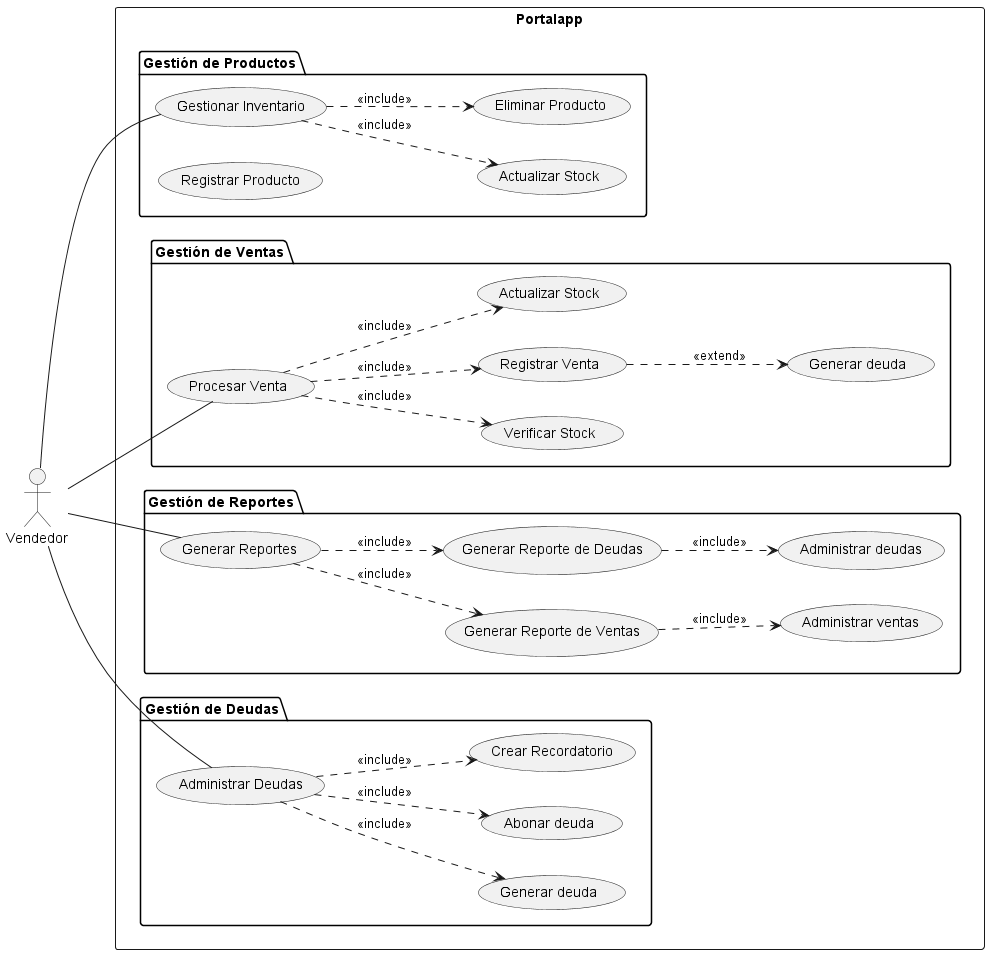
Earlier version of the PlantUML export out/.docs/use-cases/use_cases/Casos de uso.png (OverCV/Portalapp). Its diagram source:
```plantuml
@startuml Casos de uso
left to right direction
actor Vendedor

rectangle "Portalapp" {

  package "Gestión de Productos" {
    usecase "Gestionar Inventario" as CU02
    usecase "Actualizar Stock" as CU02.1
    usecase "Eliminar Producto" as CU02.2
    usecase "Registrar Producto" as CU02.3
  }

  package "Gestión de Ventas" {
    usecase "Procesar Venta" as CU01
    usecase "Verificar Stock" as CU01.1

    usecase "Registrar Venta" as CU01.2
    usecase "Generar deuda" as CU01.4

    usecase "Actualizar Stock" as CU01.3
  }

  package "Gestión de Reportes" {
    usecase "Generar Reportes" as CU04
    usecase "Generar Reporte de Ventas" as CU04.1
    usecase "Administrar ventas" as CU04.3

    usecase "Generar Reporte de Deudas" as CU04.2
    usecase "Administrar deudas" as CU04.4
  }

  package "Gestión de Deudas" {
    usecase "Administrar Deudas" as CU03
    usecase "Generar deuda" as CU03.1
    usecase "Abonar deuda" as CU03.2
    usecase "Crear Recordatorio" as CU03.3
  }


  Vendedor -- CU01
  CU01 ..> CU01.1 : <<include>>
  CU01 ..> CU01.2 : <<include>>
  CU01 ..> CU01.3 : <<include>>
  CU01.2 ..> CU01.4 : <<extend>>

  Vendedor -- CU02
  CU02 ..> CU02.1 : <<include>>
  CU02 ..> CU02.2 : <<include>>

  Vendedor -- CU03
  CU03 ..> CU03.1 : <<include>>
  CU03 ..> CU03.2 : <<include>>
  CU03 ..> CU03.3 : <<include>>

  Vendedor -- CU04
  CU04 ..> CU04.1 : <<include>>
  CU04.1 ..> CU04.3 : <<include>>

  CU04 ..> CU04.2 : <<include>>
  CU04.2 ..> CU04.4 : <<include>>

}

@enduml
```
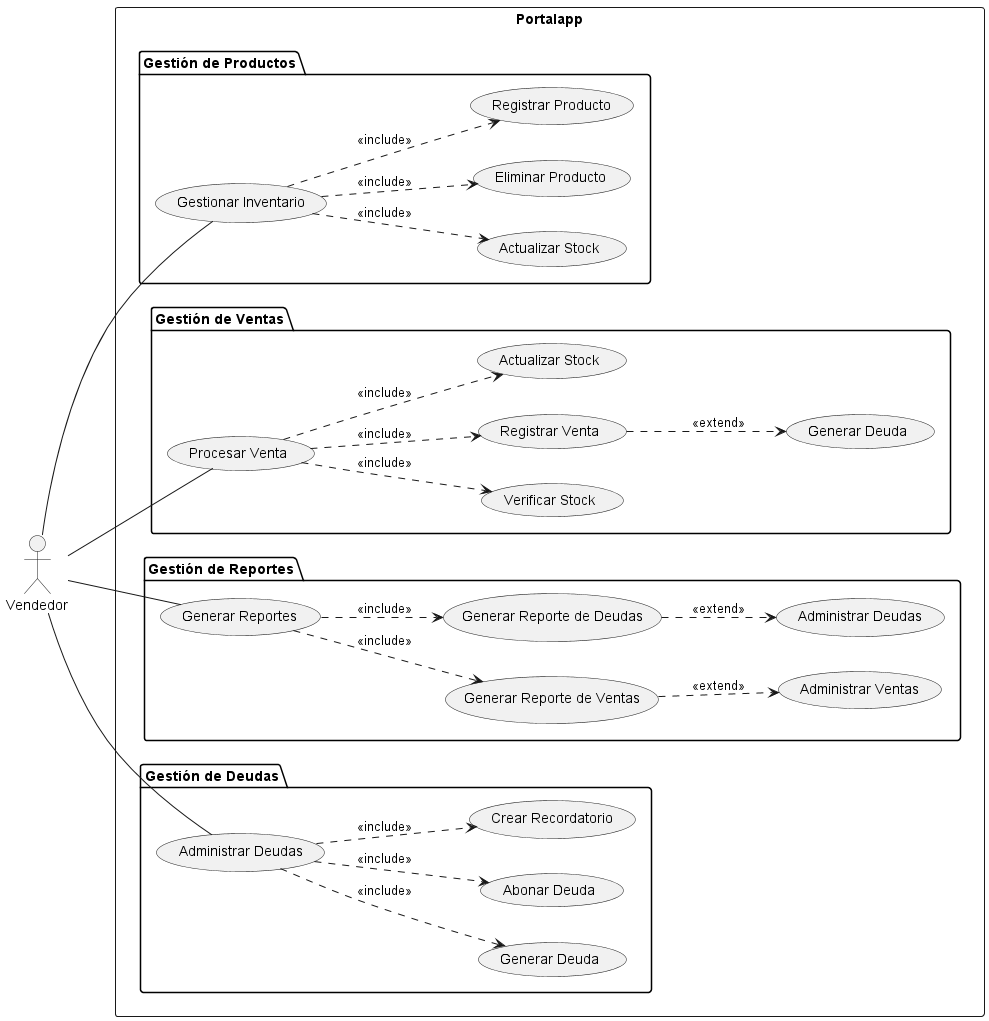
Above is the later version.

Diff of the diagram source:
```diff
@@ -3,7 +3,6 @@
 actor Vendedor
 
 rectangle "Portalapp" {
-
   package "Gestión de Productos" {
     usecase "Gestionar Inventario" as CU02
     usecase "Actualizar Stock" as CU02.1
@@ -14,29 +13,25 @@
   package "Gestión de Ventas" {
     usecase "Procesar Venta" as CU01
     usecase "Verificar Stock" as CU01.1
-
     usecase "Registrar Venta" as CU01.2
-    usecase "Generar deuda" as CU01.4
-
     usecase "Actualizar Stock" as CU01.3
+    usecase "Generar Deuda" as CU01.4
   }
 
   package "Gestión de Reportes" {
     usecase "Generar Reportes" as CU04
     usecase "Generar Reporte de Ventas" as CU04.1
-    usecase "Administrar ventas" as CU04.3
-
+    usecase "Administrar Ventas" as CU04.3
     usecase "Generar Reporte de Deudas" as CU04.2
-    usecase "Administrar deudas" as CU04.4
+    usecase "Administrar Deudas" as CU04.4
   }
 
   package "Gestión de Deudas" {
     usecase "Administrar Deudas" as CU03
-    usecase "Generar deuda" as CU03.1
-    usecase "Abonar deuda" as CU03.2
+    usecase "Generar Deuda" as CU03.1
+    usecase "Abonar Deuda" as CU03.2
     usecase "Crear Recordatorio" as CU03.3
   }
-
 
   Vendedor -- CU01
   CU01 ..> CU01.1 : <<include>>
@@ -47,6 +42,7 @@
   Vendedor -- CU02
   CU02 ..> CU02.1 : <<include>>
   CU02 ..> CU02.2 : <<include>>
+  CU02 ..> CU02.3 : <<include>>
 
   Vendedor -- CU03
   CU03 ..> CU03.1 : <<include>>
@@ -55,11 +51,10 @@
 
   Vendedor -- CU04
   CU04 ..> CU04.1 : <<include>>
-  CU04.1 ..> CU04.3 : <<include>>
+  CU04 ..> CU04.2 : <<include>>
 
-  CU04 ..> CU04.2 : <<include>>
-  CU04.2 ..> CU04.4 : <<include>>
-
+  CU04.1 ..> CU04.3 : <<extend>>
+  CU04.2 ..> CU04.4 : <<extend>>
 }
 
 @enduml
```
